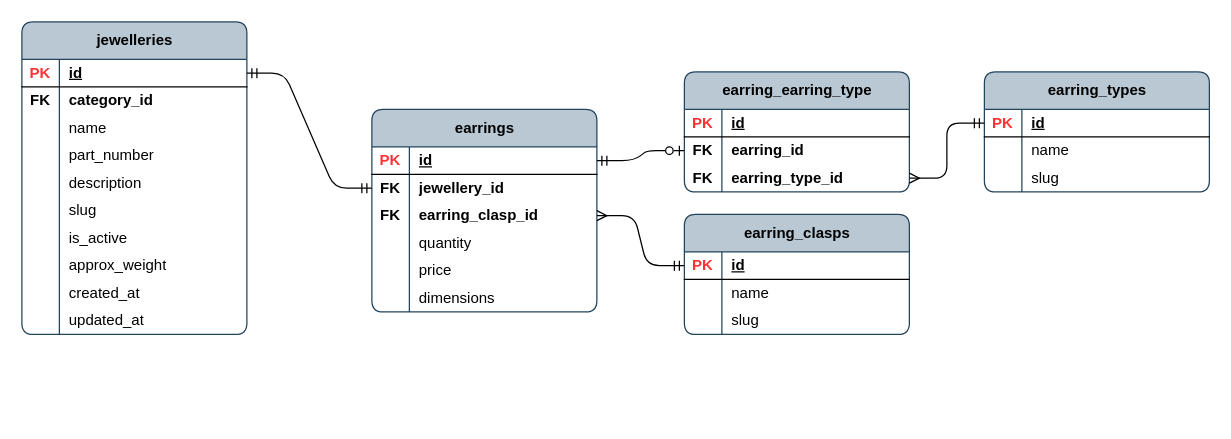
Before: page "jw_earring_props" (13 of 15) of publisher/laravel-app/psql_jewellery_items.drawio in Local-development-environment/msg-brokers-publisher-consumer, a draw.io diagram. Source tidied: cells renumbered, new cells numbered last; positions are measured from the earlier drawing's top-left corner, leaving out a move shared by most shapes. Both pictures are drawn from the tidied source at 125%, with x=0, y=0 at pixel (21, 21).
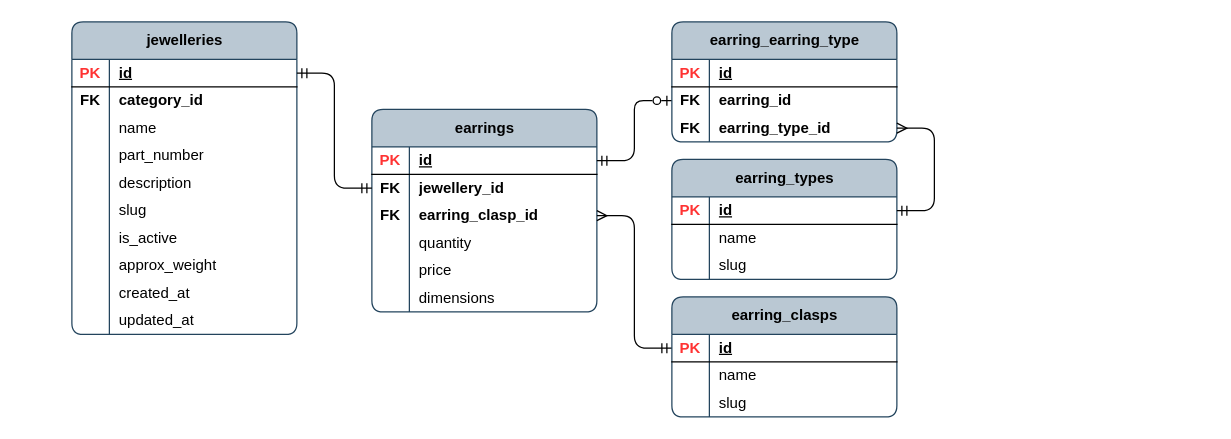
After the change.

The change refers to these unchanged cells:
```xml
<mxCell id="30" style="shape=tableRow;horizontal=0;startSize=0;swimlaneHead=0;swimlaneBody=0;fillColor=none;points=[[0,0.5],[1,0.5]];portConstraint=eastwest;top=0;left=0;right=0;bottom=0;rounded=0;" parent="23" vertex="1">
  <mxGeometry y="74" width="180" height="22" as="geometry" />
</mxCell>
<mxCell id="44" style="shape=tableRow;horizontal=0;startSize=0;swimlaneHead=0;swimlaneBody=0;fillColor=none;points=[[0,0.5],[1,0.5]];portConstraint=eastwest;top=0;left=0;right=0;bottom=1;rounded=0;" parent="43" vertex="1">
  <mxGeometry y="30" width="180" height="22" as="geometry" />
</mxCell>
```

Diff of the diagram source:
```diff
@@
     <mxCell id="23" value="earring_earring_type" style="shape=table;startSize=30;childLayout=tableLayout;rowLines=0;fontStyle=1;align=center;html=1;rounded=1;swimlaneFillColor=none;fillColor=#bac8d3;strokeColor=#23445d;columnLines=1;arcSize=10;" parent="1" vertex="1">
-      <mxGeometry x="530" y="40" width="180" height="96" as="geometry" />
+      <mxGeometry x="520" width="180" height="96" as="geometry" />
     </mxCell>
@@
     <mxCell id="33" value="earring_clasps" style="shape=table;startSize=30;childLayout=tableLayout;rowLines=0;fontStyle=1;align=center;html=1;rounded=1;swimlaneFillColor=none;fillColor=#bac8d3;strokeColor=#23445d;columnLines=1;arcSize=10;" parent="1" vertex="1">
-      <mxGeometry x="530" y="154" width="180" height="96" as="geometry" />
+      <mxGeometry x="520" y="220" width="180" height="96" as="geometry" />
     </mxCell>
@@
     <mxCell id="43" value="earring_types" style="shape=table;startSize=30;childLayout=tableLayout;rowLines=0;fontStyle=1;align=center;html=1;rounded=1;swimlaneFillColor=none;fillColor=#bac8d3;strokeColor=#23445d;columnLines=1;arcSize=10;" parent="1" vertex="1">
-      <mxGeometry x="770" y="40" width="180" height="96" as="geometry" />
+      <mxGeometry x="520" y="110" width="180" height="96" as="geometry" />
     </mxCell>
@@
-    <mxCell id="53" style="edgeStyle=entityRelationEdgeStyle;fontSize=12;html=1;endArrow=ERmany;rounded=1;curved=0;entryX=1;entryY=0.5;entryDx=0;entryDy=0;startArrow=ERmandOne;startFill=0;exitX=0;exitY=0.5;exitDx=0;exitDy=0;" parent="1" edge="1" source="44" target="30">
+    <mxCell id="53" style="edgeStyle=entityRelationEdgeStyle;fontSize=12;html=1;endArrow=ERmany;rounded=1;curved=0;entryX=1;entryY=0.5;entryDx=0;entryDy=0;startArrow=ERmandOne;startFill=0;exitX=1;exitY=0.5;exitDx=0;exitDy=0;" parent="1" edge="1" source="44" target="30">
       <mxGeometry relative="1" as="geometry" />
     </mxCell>
     <mxCell id="54" value="jewelleries" style="shape=table;startSize=30;childLayout=tableLayout;rowLines=0;fontStyle=1;align=center;html=1;rounded=1;swimlaneFillColor=none;fillColor=#bac8d3;strokeColor=#23445d;columnLines=1;arcSize=10;" parent="1" vertex="1">
-      <mxGeometry width="180" height="250" as="geometry" />
+      <mxGeometry x="40" width="180" height="250" as="geometry" />
     </mxCell>
```
